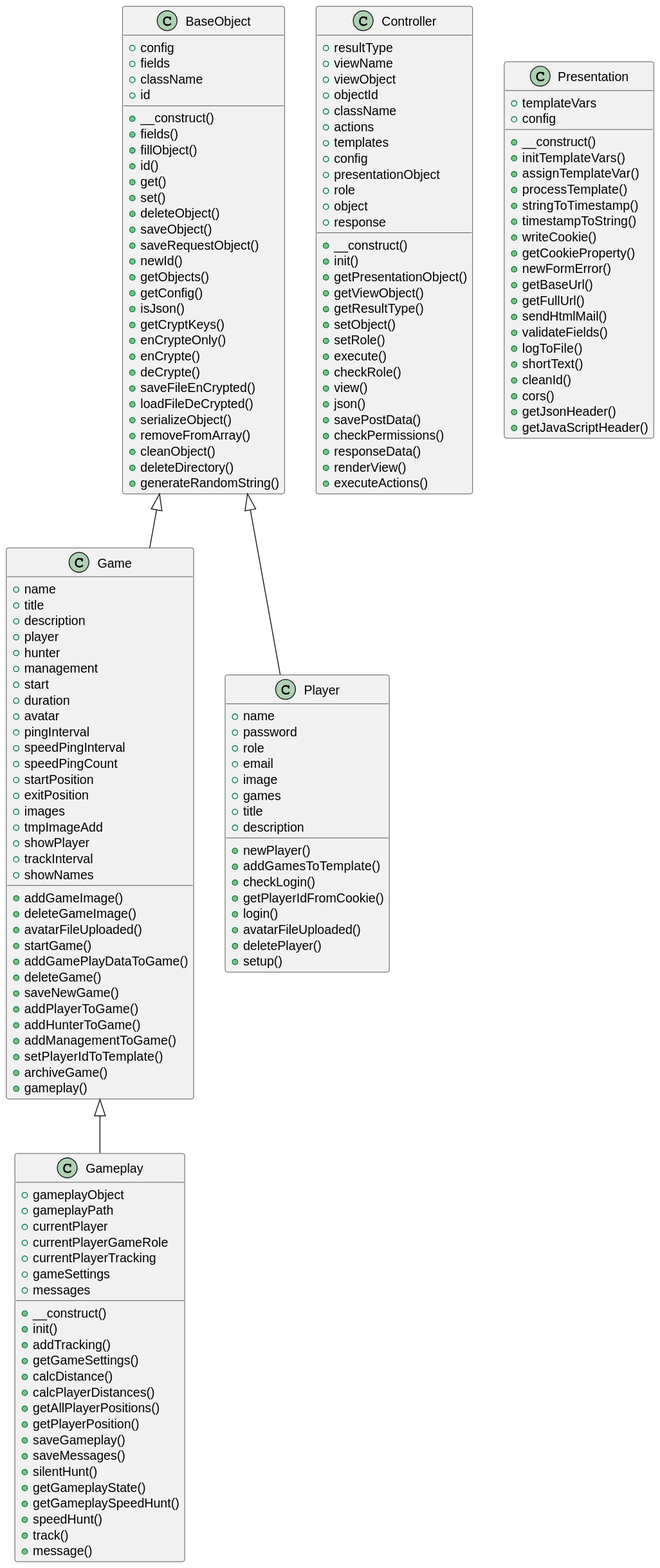
Earlier version of the PlantUML export includes/docs/php/graphs/classes.svg (septem-sensu/friendshunt).
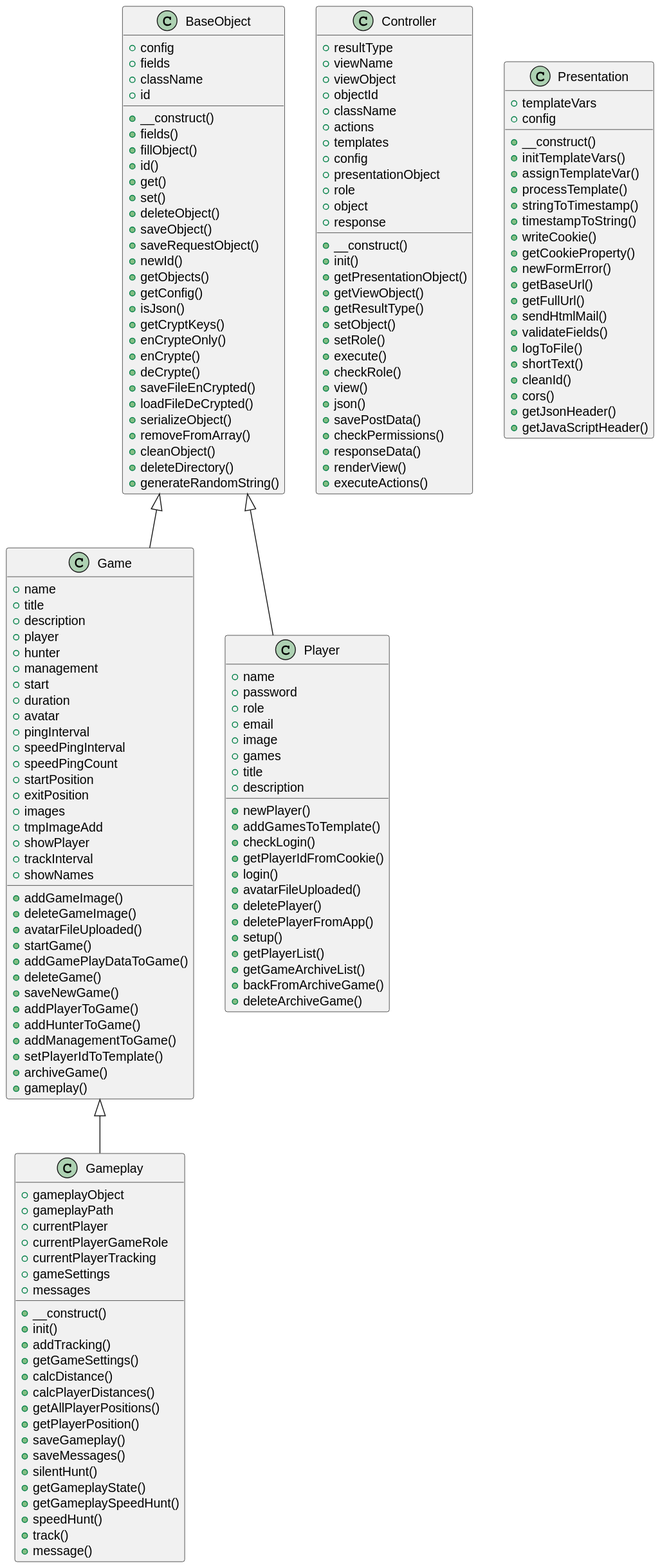
After the change.

The edit, as a diff of the source:
```diff
@@ -138,7 +138,12 @@
   +login()
   +avatarFileUploaded()
   +deletePlayer()
+  +deletePlayerFromApp()
   +setup()
+  +getPlayerList()
+  +getGameArchiveList()
+  +backFromArchiveGame()
+  +deleteArchiveGame()
 }
 
 class Presentation {
```
